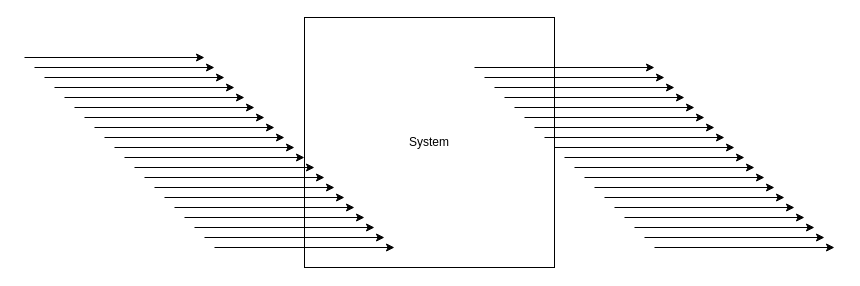
ahll/reading-list keeps this draw.io diagram as Untitled Diagram.drawio. Above is the earlier version. Source tidied: cells renumbered, new cells numbered last; positions are measured from the earlier drawing's top-left corner, leaving out a move shared by most shapes. Both pictures are drawn from the tidied source at 100%, with x=0, y=0 at pixel (24, 17).
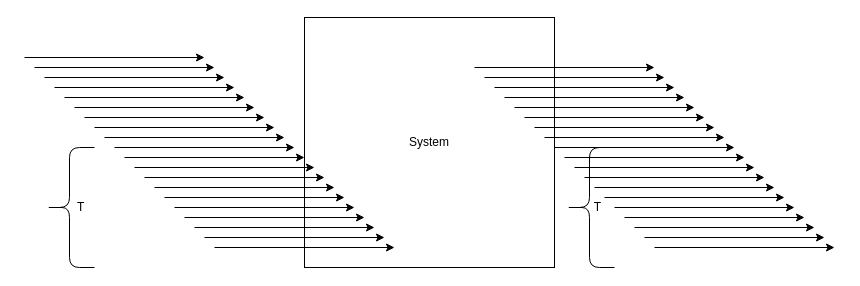
Above is the later version.

Diff of the diagram source:
```diff
@@
+    <mxCell id="42" value="&amp;nbsp; &amp;nbsp; &amp;nbsp; &amp;nbsp;T" style="shape=curlyBracket;whiteSpace=wrap;html=1;rounded=1;" parent="1" vertex="1">
+      <mxGeometry x="20" y="130" width="50" height="120" as="geometry" />
+    </mxCell>
+    <mxCell id="43" value="&amp;nbsp; &amp;nbsp; &amp;nbsp;T" style="shape=curlyBracket;whiteSpace=wrap;html=1;rounded=1;size=0.5;" parent="1" vertex="1">
+      <mxGeometry x="540" y="130" width="50" height="120" as="geometry" />
+    </mxCell>
```
